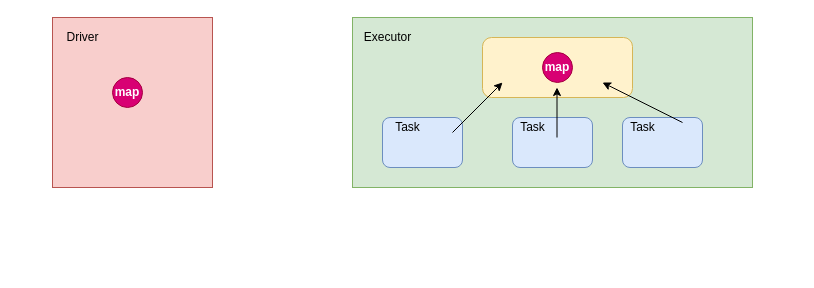
Earlier version of the draw.io diagram bigdata/spark_boardcast.drawio (yiluohan1234/drawIoImages). Source tidied: cells renumbered, new cells numbered last; positions are measured from the earlier drawing's top-left corner, leaving out a move shared by most shapes. Both pictures are drawn from the tidied source at 100%, with x=0, y=0 at pixel (52, 17).
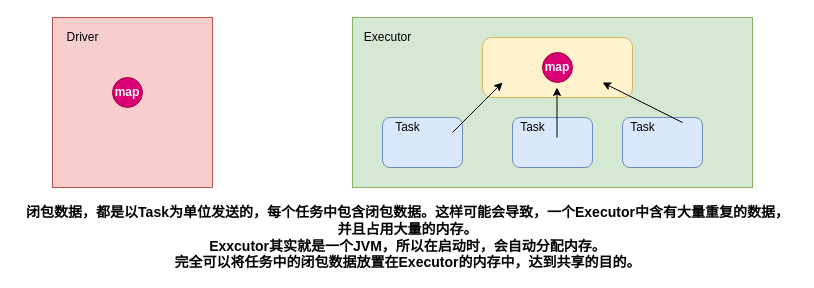
Above is the later version.

Change to the diagram source:
```diff
@@
+    <mxCell id="18" value="&lt;b&gt;&lt;font style=&quot;font-size: 14px&quot;&gt;闭包数据，都是以Task为单位发送的，每个任务中包含闭包数据。这样可能会导致，一个Executor中含有大量重复的数据，&lt;br&gt;并且占用大量的内存。&lt;br&gt;Exxcutor其实就是一个JVM，所以在启动时，会自动分配内存。&lt;br&gt;完全可以将任务中的闭包数据放置在Executor的内存中，达到共享的目的。&lt;/font&gt;&lt;/b&gt;" style="text;html=1;align=center;verticalAlign=middle;fillColor=none;strokeColor=none;rounded=0;" parent="1" vertex="1">
+      <mxGeometry x="-35" y="190" width="780" height="60" as="geometry" />
+    </mxCell>
```
